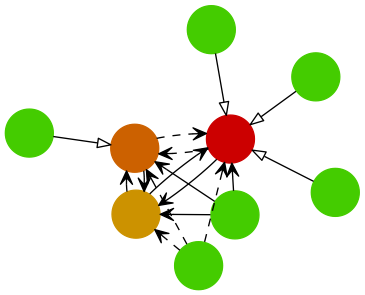
The Graphviz diagram output/UML-eLib.neato.png in Zilarion/2IMP25-Architectural-Reconstruction, before a commit. Its source is kept beside it as output/UML-eLib.dot.
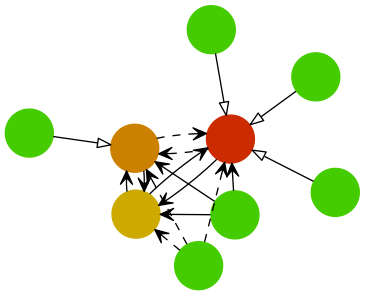
After the change.

What changed in the source:
```diff
@@ -3,87 +3,491 @@
  fontsize = 8
  node [ fontname = "Bitstream Vera Sans" fontsize = 8 shape = "record" ]
  edge [ fontname = "Bitstream Vera Sans" fontsize = 8 ]
-"InternalUser" [
+"DOMFragmentParserTest" [
 	label="{
- 		InternalUser|
+ 		org/cyberneko/html/DOMFragmentParserTest|
  		|
 
 	}"
  ]
-"Book" [
+"HTMLEntities" [
 	label="{
- 		Book|
+ 		org/cyberneko/html/HTMLEntities|
  		|
 
 	}"
  ]
-"User" [
+"Entry" [
 	label="{
- 		User|
+ 		org/cyberneko/html/LostText/Entry|
  		|
 
 	}"
  ]
-"Loan" [
+"XercesBridge_2_2" [
 	label="{
- 		Loan|
+ 		org/cyberneko/html/xercesbridge/XercesBridge_2_2|
  		|
 
 	}"
  ]
-"TechnicalReport" [
+"FragmentContextStackTest" [
 	label="{
- 		TechnicalReport|
+ 		org/cyberneko/html/FragmentContextStackTest|
  		|
 
 	}"
  ]
-"Document" [
+"InfiniteLoopScanner" [
 	label="{
- 		Document|
+ 		org/cyberneko/html/HTMLScannerTest/InfiniteLoopScanner|
  		|
 
 	}"
  ]
-"Library" [
+"IntProperties" [
 	label="{
- 		Library|
+ 		org/cyberneko/html/HTMLEntities/IntProperties|
  		|
 
 	}"
  ]
-"Journal" [
+"CurrentEntity" [
 	label="{
- 		Journal|
+ 		org/cyberneko/html/HTMLScanner/CurrentEntity|
  		|
 
 	}"
  ]
-"Main" [
+"HTMLElements" [
 	label="{
- 		Main|
+ 		org/cyberneko/html/HTMLElements|
+ 		|
+
+	}"
+ ]
+"Entry" [
+	label="{
+ 		org/cyberneko/html/HTMLEntities/IntProperties/Entry|
+ 		|
+
+	}"
+ ]
+"RemoveElements" [
+	label="{
+ 		sample/RemoveElements|
+ 		|
+
+	}"
+ ]
+"LocationItem" [
+	label="{
+ 		org/cyberneko/html/HTMLScanner/LocationItem|
+ 		|
+
+	}"
+ ]
+"MyContentScanner" [
+	label="{
+ 		org/cyberneko/html/HTMLScannerTest/InfiniteLoopScanner/MyContentScanner|
+ 		|
+
+	}"
+ ]
+"HTMLAugmentations" [
+	label="{
+ 		org/cyberneko/html/HTMLAugmentations|
+ 		|
+
+	}"
+ ]
+"ElementRemover" [
+	label="{
+ 		org/cyberneko/html/filters/ElementRemover|
+ 		|
+
+	}"
+ ]
+"HTMLScannerTest" [
+	label="{
+ 		org/cyberneko/html/HTMLScannerTest|
+ 		|
+
+	}"
+ ]
+"ErrorReporter" [
+	label="{
+ 		org/cyberneko/html/HTMLConfiguration/ErrorReporter|
+ 		|
+
+	}"
+ ]
+"DefaultFilter" [
+	label="{
+ 		org/cyberneko/html/filters/DefaultFilter|
+ 		|
+
+	}"
+ ]
+"Writer" [
+	label="{
+ 		org/cyberneko/html/filters/Writer|
+ 		|
+
+	}"
+ ]
+"HTMLTagBalancer" [
+	label="{
+ 		org/cyberneko/html/HTMLTagBalancer|
+ 		|
+
+	}"
+ ]
+"DOMParser" [
+	label="{
+ 		org/cyberneko/html/parsers/DOMParser|
+ 		|
+
+	}"
+ ]
+"CanonicalTest" [
+	label="{
+ 		org/cyberneko/html/CanonicalTest|
+ 		|
+
+	}"
+ ]
+"HTMLErrorHandler" [
+	label="{
+ 		org/cyberneko/html/HTMLErrorHandler|
+ 		|
+
+	}"
+ ]
+"ObjectFactory" [
+	label="{
+ 		org/cyberneko/html/ObjectFactory|
+ 		|
+
+	}"
+ ]
+"HTMLConfiguration" [
+	label="{
+ 		org/cyberneko/html/HTMLConfiguration|
+ 		|
+
+	}"
+ ]
+"ElementList" [
+	label="{
+ 		org/cyberneko/html/HTMLElements/ElementList|
+ 		|
+
+	}"
+ ]
+"UTF8BOMSkipper" [
+	label="{
+ 		org/cyberneko/html/UTF8BOMSkipper|
+ 		|
+
+	}"
+ ]
+"Element" [
+	label="{
+ 		org/cyberneko/html/HTMLElements/Element|
+ 		|
+
+	}"
+ ]
+"SAXParser" [
+	label="{
+ 		org/cyberneko/html/parsers/SAXParser|
+ 		|
+
+	}"
+ ]
+"HTMLTagBalancingListenerTest" [
+	label="{
+ 		org/cyberneko/html/HTMLTagBalancingListenerTest|
+ 		|
+
+	}"
+ ]
+"TestHTMLDOMFragment" [
+	label="{
+ 		sample/TestHTMLDOMFragment|
+ 		|
+
+	}"
+ ]
+"XercesBridge" [
+	label="{
+ 		org/cyberneko/html/xercesbridge/XercesBridge|
+ 		|
+
+	}"
+ ]
+"TestParser" [
+	label="{
+ 		org/cyberneko/html/TestParser|
+ 		|
+
+	}"
+ ]
+"SecuritySupport" [
+	label="{
+ 		org/cyberneko/html/SecuritySupport|
+ 		|
+
+	}"
+ ]
+"LostText" [
+	label="{
+ 		org/cyberneko/html/LostText|
+ 		|
+
+	}"
+ ]
+"NamespaceSupport" [
+	label="{
+ 		org/cyberneko/html/filters/NamespaceBinder/NamespaceSupport|
+ 		|
+
+	}"
+ ]
+"Script" [
+	label="{
+ 		sample/Script|
+ 		|
+
+	}"
+ ]
+"Identity" [
+	label="{
+ 		org/cyberneko/html/filters/Identity|
+ 		|
+
+	}"
+ ]
+"InfoStack" [
+	label="{
+ 		org/cyberneko/html/HTMLTagBalancer/InfoStack|
+ 		|
+
+	}"
+ ]
+"SecuritySupport12" [
+	label="{
+ 		org/cyberneko/html/SecuritySupport12|
+ 		|
+
+	}"
+ ]
+"NamespaceBinder" [
+	label="{
+ 		org/cyberneko/html/filters/NamespaceBinder|
+ 		|
+
+	}"
+ ]
+"Writer" [
+	label="{
+ 		org/cyberneko/html/Writer|
+ 		|
+
+	}"
+ ]
+"HTMLScanner" [
+	label="{
+ 		org/cyberneko/html/HTMLScanner|
+ 		|
+
+	}"
+ ]
+"XercesBridge_2_0" [
+	label="{
+ 		org/cyberneko/html/xercesbridge/XercesBridge_2_0|
+ 		|
+
+	}"
+ ]
+"Entry" [
+	label="{
+ 		org/cyberneko/html/filters/NamespaceBinder/NamespaceSupport/Entry|
+ 		|
+
+	}"
+ ]
+"PlaybackInputStream" [
+	label="{
+ 		org/cyberneko/html/HTMLScanner/PlaybackInputStream|
+ 		|
+
+	}"
+ ]
+"XercesBridge_2_1" [
+	label="{
+ 		org/cyberneko/html/xercesbridge/XercesBridge_2_1|
+ 		|
+
+	}"
+ ]
+"ConfigurationError" [
+	label="{
+ 		org/cyberneko/html/ObjectFactory/ConfigurationError|
+ 		|
+
+	}"
+ ]
+"Info" [
+	label="{
+ 		org/cyberneko/html/HTMLTagBalancer/Info|
+ 		|
+
+	}"
+ ]
+"XercesBridge_2_3" [
+	label="{
+ 		org/cyberneko/html/xercesbridge/XercesBridge_2_3|
+ 		|
+
+	}"
+ ]
+"DOMFragmentParser" [
+	label="{
+ 		org/cyberneko/html/parsers/DOMFragmentParser|
+ 		|
+
+	}"
+ ]
+"WriterTest" [
+	label="{
+ 		org/cyberneko/html/filters/WriterTest|
+ 		|
+
+	}"
+ ]
+"HTMLSAXParser" [
+	label="{
+ 		sample/HTMLSAXParser|
+ 		|
+
+	}"
+ ]
+"HeadNamespaceBug" [
+	label="{
+ 		org/cyberneko/html/HeadNamespaceBug|
+ 		|
+
+	}"
+ ]
+"EvaluateInputSourceFilter" [
+	label="{
+ 		org/cyberneko/html/HTMLScannerTest/EvaluateInputSourceFilter|
+ 		|
+
+	}"
+ ]
+"Minimal" [
+	label="{
+ 		sample/Minimal|
+ 		|
+
+	}"
+ ]
+"SynthesizedItem" [
+	label="{
+ 		org/cyberneko/html/HTMLEventInfo/SynthesizedItem|
+ 		|
+
+	}"
+ ]
+"LocatorEncodingTest" [
+	label="{
+ 		org/cyberneko/html/LocatorEncodingTest|
+ 		|
+
+	}"
+ ]
+"ElementEntry" [
+	label="{
+ 		org/cyberneko/html/HTMLTagBalancer/ElementEntry|
+ 		|
+
+	}"
+ ]
+"TestHTMLDOM" [
+	label="{
+ 		sample/TestHTMLDOM|
+ 		|
+
+	}"
+ ]
+"Purifier" [
+	label="{
+ 		org/cyberneko/html/filters/Purifier|
+ 		|
+
+	}"
+ ]
+"SpecialScanner" [
+	label="{
+ 		org/cyberneko/html/HTMLScanner/SpecialScanner|
+ 		|
+
+	}"
+ ]
+"ContentScanner" [
+	label="{
+ 		org/cyberneko/html/HTMLScanner/ContentScanner|
  		|
 
 	}"
  ]
 edge[arrowhead = "empty"; style= "solid"]
-InternalUser -> User
-Book -> Document
-TechnicalReport -> Document
-Journal -> Document
+ElementRemover -> DefaultFilter
+XercesBridge_2_1 -> XercesBridge
+XercesBridge_2_2 -> XercesBridge
+XercesBridge_2_3 -> XercesBridge_2_2
+Purifier -> DefaultFilter
+Writer -> DefaultFilter
+MyContentScanner -> ContentScanner
+XercesBridge_2_0 -> XercesBridge
+Script -> DefaultFilter
+Identity -> DefaultFilter
+NamespaceBinder -> DefaultFilter
+Writer -> DefaultFilter
+EvaluateInputSourceFilter -> DefaultFilter
+Minimal -> DefaultFilter
+SecuritySupport12 -> SecuritySupport
+InfiniteLoopScanner -> HTMLScanner
 edge[arrowhead = "empty"; style = "dashed"]
 edge[arrowhead = "open"; style = "solid"]
-Loan -> Document
-Loan -> User
-User -> Loan
-Library -> Document
-Library -> Loan
-Document -> Loan
-Library -> User
+HTMLScanner -> CurrentEntity
+Info -> Element
+LostText -> Entry
+HTMLTagBalancer -> ElementEntry
+InfoStack -> Info
+HTMLScanner -> PlaybackInputStream
+HTMLScanner -> ContentScanner
+NamespaceSupport -> Entry
+IntProperties -> Entry
 edge[arrowhead = "open"; style = "dashed"]
-User -> Document
-Main -> Loan
-Main -> User
-Main -> Document
-Document -> User
+HTMLTagBalancer -> Info
+ObjectFactory -> SecuritySupport
+RemoveElements -> ElementRemover
+HTMLElements -> Element
+RemoveElements -> Writer
+HTMLScannerTest -> EvaluateInputSourceFilter
+TestHTMLDOMFragment -> DOMFragmentParser
+LocatorEncodingTest -> SAXParser
+ContentScanner -> LocationItem
+HTMLScannerTest -> HTMLScanner
+ContentScanner -> Element
+HTMLTagBalancingListenerTest -> TestParser
+HTMLConfiguration -> XercesBridge
+ObjectFactory -> XercesBridge
+HTMLTagBalancer -> Element
+DOMFragmentParserTest -> DOMFragmentParser
+HTMLAugmentations -> LocationItem
 }
```
